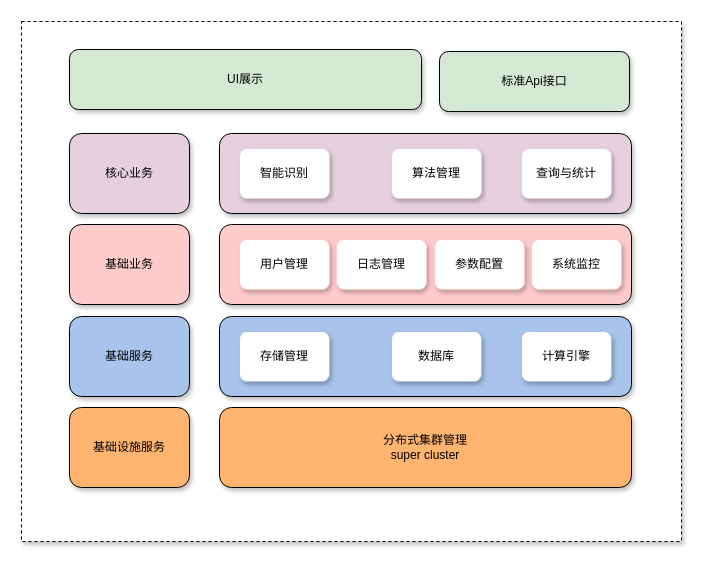
luyuandeng/test keeps this draw.io diagram as Untitled Diagram.drawio. Above is the earlier version. Source tidied: cells renumbered, new cells numbered last; positions are measured from the earlier drawing's top-left corner, leaving out a move shared by most shapes. Both pictures are drawn from the tidied source at 100%, with x=0, y=0 at pixel (21, 21).
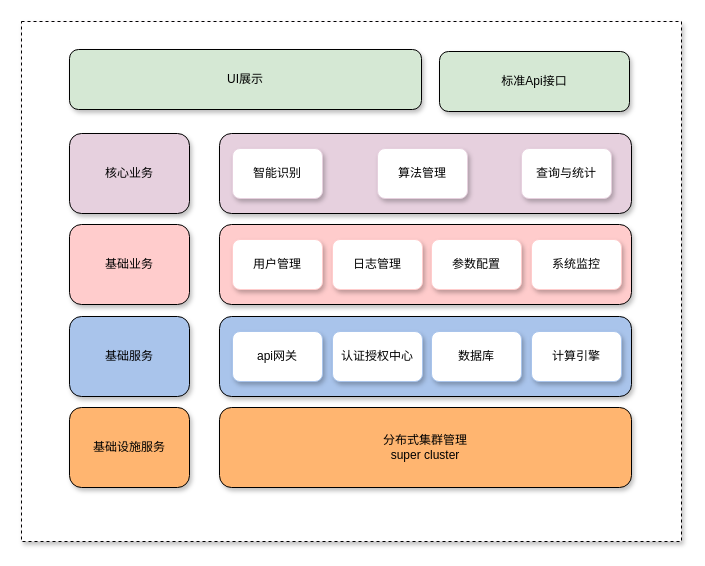
Above is the later version.

The change refers to these unchanged cells:
```xml
<mxCell id="2" style="group;fillColor=#E6D0DE;" parent="1" vertex="1">
  <mxGeometry width="660" height="520" as="geometry" />
</mxCell>
```

The edit, as a diff of the source:
```diff
@@
     <mxCell id="14" value="智能识别" style="rounded=1;whiteSpace=wrap;html=1;strokeColor=#E6D0DE;shadow=1;" parent="2" vertex="1">
-      <mxGeometry x="218" y="127" width="90" height="50" as="geometry" />
+      <mxGeometry x="211" y="127" width="90" height="50" as="geometry" />
     </mxCell>
     <mxCell id="15" value="算法管理" style="rounded=1;whiteSpace=wrap;html=1;strokeColor=#E6D0DE;shadow=1;" parent="2" vertex="1">
-      <mxGeometry x="370" y="127" width="90" height="50" as="geometry" />
+      <mxGeometry x="356" y="127" width="90" height="50" as="geometry" />
     </mxCell>
@@
     <mxCell id="17" value="用户管理" style="rounded=1;whiteSpace=wrap;html=1;shadow=1;strokeColor=#FFCCCC;" parent="2" vertex="1">
-      <mxGeometry x="218" y="218" width="90" height="50" as="geometry" />
+      <mxGeometry x="211" y="218" width="90" height="50" as="geometry" />
     </mxCell>
     <mxCell id="18" value="日志管理" style="rounded=1;whiteSpace=wrap;html=1;shadow=1;strokeColor=#FFCCCC;" parent="2" vertex="1">
-      <mxGeometry x="315" y="218" width="90" height="50" as="geometry" />
+      <mxGeometry x="311" y="218" width="90" height="50" as="geometry" />
     </mxCell>
     <mxCell id="19" value="参数配置" style="rounded=1;whiteSpace=wrap;html=1;shadow=1;strokeColor=#FFCCCC;" parent="2" vertex="1">
-      <mxGeometry x="413" y="218" width="90" height="50" as="geometry" />
+      <mxGeometry x="410" y="218" width="90" height="50" as="geometry" />
     </mxCell>
-    <mxCell id="20" value="存储管理" style="rounded=1;whiteSpace=wrap;html=1;strokeColor=#A9C4EB;shadow=1;" parent="2" vertex="1">
-      <mxGeometry x="218" y="310" width="90" height="50" as="geometry" />
+    <mxCell id="20" value="api网关" style="rounded=1;whiteSpace=wrap;html=1;strokeColor=#A9C4EB;shadow=1;" parent="2" vertex="1">
+      <mxGeometry x="211" y="310" width="90" height="50" as="geometry" />
     </mxCell>
     <mxCell id="21" value="数据库" style="rounded=1;whiteSpace=wrap;html=1;strokeColor=#A9C4EB;shadow=1;" parent="2" vertex="1">
-      <mxGeometry x="370" y="310" width="90" height="50" as="geometry" />
+      <mxGeometry x="410" y="310" width="90" height="50" as="geometry" />
     </mxCell>
     <mxCell id="22" value="计算引擎" style="rounded=1;whiteSpace=wrap;html=1;strokeColor=#A9C4EB;shadow=1;" parent="2" vertex="1">
-      <mxGeometry x="500" y="310" width="90" height="50" as="geometry" />
+      <mxGeometry x="510" y="310" width="90" height="50" as="geometry" />
     </mxCell>
@@
+    <mxCell id="24" value="认证授权中心" style="rounded=1;whiteSpace=wrap;html=1;strokeColor=#A9C4EB;shadow=1;" parent="1" vertex="1">
+      <mxGeometry x="311" y="310" width="90" height="50" as="geometry" />
+    </mxCell>
```
